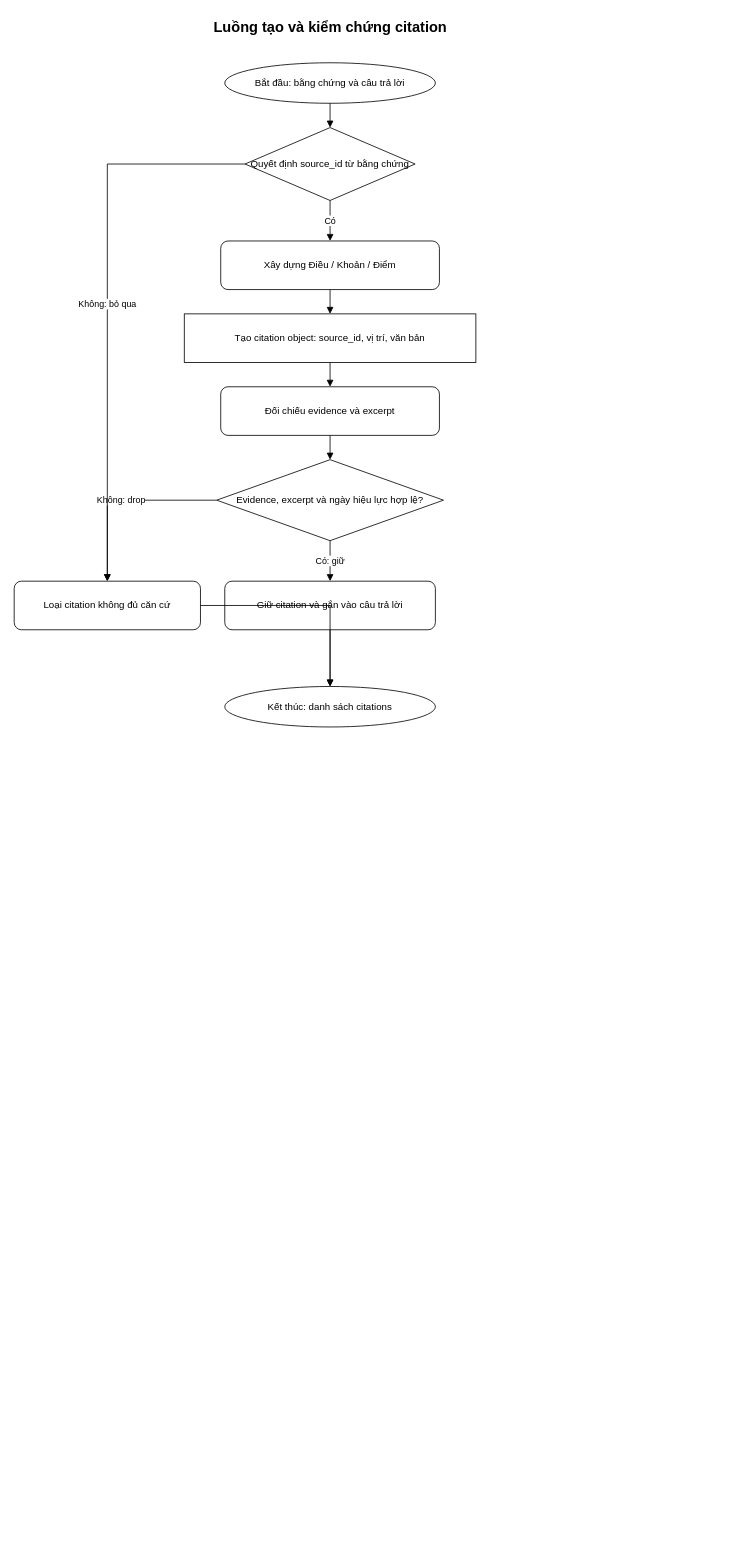
Before: docs/diagrams/drawio/ch3_flow_citation.drawio in PhucTruong-ctrl/vn-traffic-law-RAG, a draw.io diagram. Source tidied: cells renumbered, new cells numbered last; positions are measured from the earlier drawing's top-left corner, leaving out a move shared by most shapes. Both pictures are drawn from the tidied source at 81%, with x=0, y=0 at pixel (14, 14).
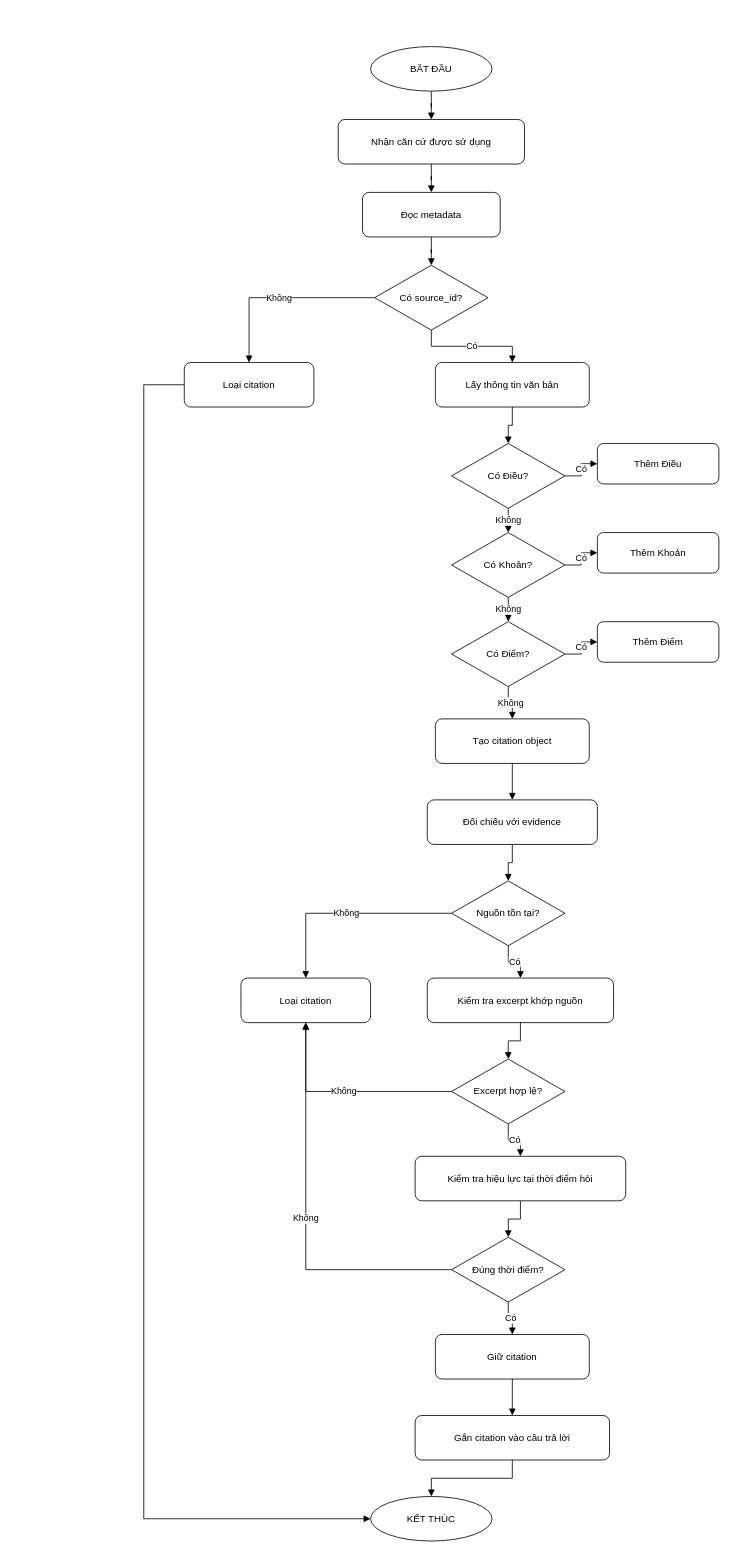
Above is the later version.

Diff of the diagram source:
```diff
@@
-    <mxCell id="2" value="Luồng tạo và kiểm chứng citation" style="text;html=1;align=center;fontSize=18;fontStyle=1;" parent="1" vertex="1">
-      <mxGeometry x="200" width="380" height="40" as="geometry" />
-    </mxCell>
-    <mxCell id="3" value="Bắt đầu: bằng chứng và câu trả lời" style="ellipse;whiteSpace=wrap;html=1;" parent="1" vertex="1">
-      <mxGeometry x="260" y="60" width="260" height="50" as="geometry" />
+    <mxCell id="3" value="BẮT ĐẦU" style="ellipse;whiteSpace=wrap;html=1;fillColor=#ffffff;strokeColor=#000000;" parent="1" vertex="1">
+      <mxGeometry x="440" y="40" width="150" height="55" as="geometry" />
     </mxCell>
-    <mxCell id="4" value="Quyết định source_id từ bằng chứng" style="rhombus;whiteSpace=wrap;html=1;" parent="1" vertex="1">
-      <mxGeometry x="285" y="140" width="210" height="90" as="geometry" />
-    </mxCell>
-    <mxCell id="5" value="Xây dựng Điều / Khoản / Điểm" style="rounded=1;whiteSpace=wrap;html=1;" parent="1" vertex="1">
-      <mxGeometry x="255" y="280" width="270" height="60" as="geometry" />
-    </mxCell>
-    <mxCell id="6" value="Tạo citation object: source_id, vị trí, văn bản" style="parallelogram;whiteSpace=wrap;html=1;" parent="1" vertex="1">
-      <mxGeometry x="210" y="370" width="360" height="60" as="geometry" />
-    </mxCell>
-    <mxCell id="7" value="Đối chiếu evidence và excerpt" style="rounded=1;whiteSpace=wrap;html=1;" parent="1" vertex="1">
-      <mxGeometry x="255" y="460" width="270" height="60" as="geometry" />
-    </mxCell>
-    <mxCell id="8" value="Evidence, excerpt và ngày hiệu lực hợp lệ?" style="rhombus;whiteSpace=wrap;html=1;" parent="1" vertex="1">
-      <mxGeometry x="250" y="550" width="280" height="100" as="geometry" />
-    </mxCell>
-    <mxCell id="9" value="Giữ citation và gắn vào câu trả lời" style="rounded=1;whiteSpace=wrap;html=1;" parent="1" vertex="1">
-      <mxGeometry x="260" y="700" width="260" height="60" as="geometry" />
-    </mxCell>
-    <mxCell id="10" value="Loại citation không đủ căn cứ" style="rounded=1;whiteSpace=wrap;html=1;" parent="1" vertex="1">
-      <mxGeometry y="700" width="230" height="60" as="geometry" />
-    </mxCell>
+    <mxCell id="22" value="Nhận căn cứ được sử dụng" style="rounded=1;whiteSpace=wrap;html=1;fillColor=#ffffff;strokeColor=#000000;" parent="1" vertex="1">
+      <mxGeometry x="400" y="130" width="230" height="55" as="geometry" />
+    </mxCell>
+    <mxCell id="23" value="Đọc metadata" style="rounded=1;whiteSpace=wrap;html=1;fillColor=#ffffff;strokeColor=#000000;" parent="1" vertex="1">
+      <mxGeometry x="430" y="220" width="170" height="55" as="geometry" />
+    </mxCell>
+    <mxCell id="24" value="Có source_id?" style="rhombus;whiteSpace=wrap;html=1;fillColor=#ffffff;strokeColor=#000000;" parent="1" vertex="1">
+      <mxGeometry x="445" y="310" width="140" height="80" as="geometry" />
+    </mxCell>
+    <mxCell id="25" value="Loại citation" style="rounded=1;whiteSpace=wrap;html=1;fillColor=#ffffff;strokeColor=#000000;" parent="1" vertex="1">
+      <mxGeometry x="210" y="430" width="160" height="55" as="geometry" />
+    </mxCell>
+    <mxCell id="26" value="Lấy thông tin văn bản" style="rounded=1;whiteSpace=wrap;html=1;fillColor=#ffffff;strokeColor=#000000;" parent="1" vertex="1">
+      <mxGeometry x="520" y="430" width="190" height="55" as="geometry" />
+    </mxCell>
+    <mxCell id="27" value="Có Điều?" style="rhombus;whiteSpace=wrap;html=1;fillColor=#ffffff;strokeColor=#000000;" parent="1" vertex="1">
+      <mxGeometry x="540" y="530" width="140" height="80" as="geometry" />
+    </mxCell>
+    <mxCell id="28" value="Thêm Điều" style="rounded=1;whiteSpace=wrap;html=1;fillColor=#ffffff;strokeColor=#000000;" parent="1" vertex="1">
+      <mxGeometry x="720" y="530" width="150" height="50" as="geometry" />
+    </mxCell>
+    <mxCell id="29" value="Có Khoản?" style="rhombus;whiteSpace=wrap;html=1;fillColor=#ffffff;strokeColor=#000000;" parent="1" vertex="1">
+      <mxGeometry x="540" y="640" width="140" height="80" as="geometry" />
+    </mxCell>
+    <mxCell id="30" value="Thêm Khoản" style="rounded=1;whiteSpace=wrap;html=1;fillColor=#ffffff;strokeColor=#000000;" parent="1" vertex="1">
+      <mxGeometry x="720" y="640" width="150" height="50" as="geometry" />
+    </mxCell>
+    <mxCell id="31" value="Có Điểm?" style="rhombus;whiteSpace=wrap;html=1;fillColor=#ffffff;strokeColor=#000000;" parent="1" vertex="1">
+      <mxGeometry x="540" y="750" width="140" height="80" as="geometry" />
+    </mxCell>
+    <mxCell id="32" value="Thêm Điểm" style="rounded=1;whiteSpace=wrap;html=1;fillColor=#ffffff;strokeColor=#000000;" parent="1" vertex="1">
+      <mxGeometry x="720" y="750" width="150" height="50" as="geometry" />
+    </mxCell>
+    <mxCell id="33" value="Tạo citation object" style="rounded=1;whiteSpace=wrap;html=1;fillColor=#ffffff;strokeColor=#000000;" parent="1" vertex="1">
+      <mxGeometry x="520" y="870" width="190" height="55" as="geometry" />
+    </mxCell>
+    <mxCell id="34" value="Đối chiếu với evidence" style="rounded=1;whiteSpace=wrap;html=1;fillColor=#ffffff;strokeColor=#000000;" parent="1" vertex="1">
+      <mxGeometry x="510" y="970" width="210" height="55" as="geometry" />
+    </mxCell>
+    <mxCell id="35" value="Nguồn tồn tại?" style="rhombus;whiteSpace=wrap;html=1;fillColor=#ffffff;strokeColor=#000000;" parent="1" vertex="1">
+      <mxGeometry x="540" y="1070" width="140" height="80" as="geometry" />
+    </mxCell>
+    <mxCell id="36" value="Loại citation" style="rounded=1;whiteSpace=wrap;html=1;fillColor=#ffffff;strokeColor=#000000;" parent="1" vertex="1">
+      <mxGeometry x="280" y="1190" width="160" height="55" as="geometry" />
+    </mxCell>
+    <mxCell id="37" value="Kiểm tra excerpt khớp nguồn" style="rounded=1;whiteSpace=wrap;html=1;fillColor=#ffffff;strokeColor=#000000;" parent="1" vertex="1">
+      <mxGeometry x="510" y="1190" width="230" height="55" as="geometry" />
+    </mxCell>
+    <mxCell id="38" value="Excerpt hợp lệ?" style="rhombus;whiteSpace=wrap;html=1;fillColor=#ffffff;strokeColor=#000000;" parent="1" vertex="1">
+      <mxGeometry x="540" y="1290" width="140" height="80" as="geometry" />
+    </mxCell>
+    <mxCell id="39" value="Kiểm tra hiệu lực tại thời điểm hỏi" style="rounded=1;whiteSpace=wrap;html=1;fillColor=#ffffff;strokeColor=#000000;" parent="1" vertex="1">
+      <mxGeometry x="495" y="1410" width="260" height="55" as="geometry" />
+    </mxCell>
+    <mxCell id="40" value="Đúng thời điểm?" style="rhombus;whiteSpace=wrap;html=1;fillColor=#ffffff;strokeColor=#000000;" parent="1" vertex="1">
+      <mxGeometry x="540" y="1510" width="140" height="80" as="geometry" />
+    </mxCell>
+    <mxCell id="41" value="Giữ citation" style="rounded=1;whiteSpace=wrap;html=1;fillColor=#ffffff;strokeColor=#000000;" parent="1" vertex="1">
+      <mxGeometry x="520" y="1630" width="190" height="55" as="geometry" />
+    </mxCell>
+    <mxCell id="42" value="Gắn citation vào câu trả lời" style="rounded=1;whiteSpace=wrap;html=1;fillColor=#ffffff;strokeColor=#000000;" parent="1" vertex="1">
+      <mxGeometry x="495" y="1730" width="240" height="55" as="geometry" />
+    </mxCell>
-    <mxCell id="11" value="Kết thúc: danh sách citations" style="ellipse;whiteSpace=wrap;html=1;" parent="1" vertex="1">
-      <mxGeometry x="260" y="830" width="260" height="50" as="geometry" />
+    <mxCell id="11" value="KẾT THÚC" style="ellipse;whiteSpace=wrap;html=1;fillColor=#ffffff;strokeColor=#000000;" parent="1" vertex="1">
+      <mxGeometry x="440" y="1830" width="150" height="55" as="geometry" />
     </mxCell>
-    <mxCell id="12" style="edgeStyle=orthogonalEdgeStyle;rounded=0;html=1;endArrow=block;" parent="1" edge="1" source="3" target="4">
+    <mxCell id="12" style="edgeStyle=orthogonalEdgeStyle;rounded=0;jettySize=auto;html=1;endArrow=block;endFill=1;" parent="1" edge="1" source="3" target="22">
       <mxGeometry relative="1" as="geometry" />
     </mxCell>
-    <mxCell id="13" value="Có" style="edgeStyle=orthogonalEdgeStyle;rounded=0;html=1;endArrow=block;" parent="1" edge="1" source="4" target="5">
+    <mxCell id="13" style="edgeStyle=orthogonalEdgeStyle;rounded=0;jettySize=auto;html=1;endArrow=block;endFill=1;" parent="1" edge="1" source="22" target="23">
       <mxGeometry relative="1" as="geometry" />
     </mxCell>
-    <mxCell id="14" style="edgeStyle=orthogonalEdgeStyle;rounded=0;html=1;endArrow=block;" parent="1" edge="1" source="5" target="6">
+    <mxCell id="14" style="edgeStyle=orthogonalEdgeStyle;rounded=0;jettySize=auto;html=1;endArrow=block;endFill=1;" parent="1" edge="1" source="23" target="24">
       <mxGeometry relative="1" as="geometry" />
     </mxCell>
-    <mxCell id="15" style="edgeStyle=orthogonalEdgeStyle;rounded=0;html=1;endArrow=block;" parent="1" edge="1" source="6" target="7">
+    <mxCell id="15" value="Không" style="edgeStyle=orthogonalEdgeStyle;rounded=0;jettySize=auto;html=1;endArrow=block;endFill=1;" parent="1" edge="1" source="24" target="25">
       <mxGeometry relative="1" as="geometry" />
     </mxCell>
-    <mxCell id="16" style="edgeStyle=orthogonalEdgeStyle;rounded=0;html=1;endArrow=block;" parent="1" edge="1" source="7" target="8">
+    <mxCell id="16" value="Có" style="edgeStyle=orthogonalEdgeStyle;rounded=0;jettySize=auto;html=1;endArrow=block;endFill=1;" parent="1" edge="1" source="24" target="26">
       <mxGeometry relative="1" as="geometry" />
     </mxCell>
-    <mxCell id="17" value="Có: giữ" style="edgeStyle=orthogonalEdgeStyle;rounded=0;html=1;endArrow=block;" parent="1" edge="1" source="8" target="9">
+    <mxCell id="17" style="edgeStyle=orthogonalEdgeStyle;rounded=0;jettySize=auto;html=1;endArrow=block;endFill=1;" parent="1" edge="1" source="26" target="27">
       <mxGeometry relative="1" as="geometry" />
     </mxCell>
-    <mxCell id="18" value="Không: drop" style="edgeStyle=orthogonalEdgeStyle;rounded=0;html=1;endArrow=block;" parent="1" edge="1" source="8" target="10">
+    <mxCell id="18" value="Có" style="edgeStyle=orthogonalEdgeStyle;rounded=0;jettySize=auto;html=1;endArrow=block;endFill=1;" parent="1" edge="1" source="27" target="28">
       <mxGeometry relative="1" as="geometry" />
     </mxCell>
-    <mxCell id="19" style="edgeStyle=orthogonalEdgeStyle;rounded=0;html=1;endArrow=block;" parent="1" edge="1" source="9" target="11">
+    <mxCell id="19" value="Không" style="edgeStyle=orthogonalEdgeStyle;rounded=0;jettySize=auto;html=1;endArrow=block;endFill=1;" parent="1" edge="1" source="27" target="29">
       <mxGeometry relative="1" as="geometry" />
     </mxCell>
-    <mxCell id="20" style="edgeStyle=orthogonalEdgeStyle;rounded=0;html=1;endArrow=block;" parent="1" edge="1" source="10" target="11">
-      <mxGeometry relative="1" as="geometry" />
-    </mxCell>
-    <mxCell id="21" value="Không: bỏ qua" style="edgeStyle=orthogonalEdgeStyle;rounded=0;html=1;endArrow=block;" parent="1" edge="1" source="4" target="10">
+    <mxCell id="21" value="Có" style="edgeStyle=orthogonalEdgeStyle;rounded=0;jettySize=auto;html=1;endArrow=block;endFill=1;" parent="1" edge="1" source="29" target="30">
       <mxGeometry relative="1" as="geometry" />
     </mxCell>
+    <mxCell id="43" value="Không" style="edgeStyle=orthogonalEdgeStyle;rounded=0;jettySize=auto;html=1;endArrow=block;endFill=1;" parent="1" edge="1" source="29" target="31">
+      <mxGeometry relative="1" as="geometry" />
+    </mxCell>
+    <mxCell id="44" value="Có" style="edgeStyle=orthogonalEdgeStyle;rounded=0;jettySize=auto;html=1;endArrow=block;endFill=1;" parent="1" edge="1" source="31" target="32">
+      <mxGeometry relative="1" as="geometry" />
+    </mxCell>
+    <mxCell id="45" value="Không" style="edgeStyle=orthogonalEdgeStyle;rounded=0;jettySize=auto;html=1;endArrow=block;endFill=1;" parent="1" edge="1" source="31" target="33">
+      <mxGeometry relative="1" as="geometry" />
+    </mxCell>
+    <mxCell id="46" style="edgeStyle=orthogonalEdgeStyle;rounded=0;jettySize=auto;html=1;endArrow=block;endFill=1;" parent="1" edge="1" source="33" target="34">
+      <mxGeometry relative="1" as="geometry" />
+    </mxCell>
+    <mxCell id="47" style="edgeStyle=orthogonalEdgeStyle;rounded=0;jettySize=auto;html=1;endArrow=block;endFill=1;" parent="1" edge="1" source="34" target="35">
+      <mxGeometry relative="1" as="geometry" />
+    </mxCell>
+    <mxCell id="48" value="Không" style="edgeStyle=orthogonalEdgeStyle;rounded=0;jettySize=auto;html=1;endArrow=block;endFill=1;" parent="1" edge="1" source="35" target="36">
+      <mxGeometry relative="1" as="geometry" />
+    </mxCell>
+    <mxCell id="49" value="Có" style="edgeStyle=orthogonalEdgeStyle;rounded=0;jettySize=auto;html=1;endArrow=block;endFill=1;" parent="1" edge="1" source="35" target="37">
+      <mxGeometry relative="1" as="geometry" />
+    </mxCell>
+    <mxCell id="50" style="edgeStyle=orthogonalEdgeStyle;rounded=0;jettySize=auto;html=1;endArrow=block;endFill=1;" parent="1" edge="1" source="37" target="38">
+      <mxGeometry relative="1" as="geometry" />
+    </mxCell>
+    <mxCell id="51" value="Không" style="edgeStyle=orthogonalEdgeStyle;rounded=0;jettySize=auto;html=1;endArrow=block;endFill=1;" parent="1" edge="1" source="38" target="36">
+      <mxGeometry relative="1" as="geometry" />
+    </mxCell>
+    <mxCell id="52" value="Có" style="edgeStyle=orthogonalEdgeStyle;rounded=0;jettySize=auto;html=1;endArrow=block;endFill=1;" parent="1" edge="1" source="38" target="39">
+      <mxGeometry relative="1" as="geometry" />
+    </mxCell>
+    <mxCell id="53" style="edgeStyle=orthogonalEdgeStyle;rounded=0;jettySize=auto;html=1;endArrow=block;endFill=1;" parent="1" edge="1" source="39" target="40">
+      <mxGeometry relative="1" as="geometry" />
+    </mxCell>
+    <mxCell id="54" value="Không" style="edgeStyle=orthogonalEdgeStyle;rounded=0;jettySize=auto;html=1;endArrow=block;endFill=1;" parent="1" edge="1" source="40" target="36">
+      <mxGeometry relative="1" as="geometry" />
+    </mxCell>
+    <mxCell id="55" value="Có" style="edgeStyle=orthogonalEdgeStyle;rounded=0;jettySize=auto;html=1;endArrow=block;endFill=1;" parent="1" edge="1" source="40" target="41">
+      <mxGeometry relative="1" as="geometry" />
+    </mxCell>
+    <mxCell id="56" style="edgeStyle=orthogonalEdgeStyle;rounded=0;jettySize=auto;html=1;endArrow=block;endFill=1;" parent="1" edge="1" source="41" target="42">
+      <mxGeometry relative="1" as="geometry" />
+    </mxCell>
+    <mxCell id="57" style="edgeStyle=orthogonalEdgeStyle;rounded=0;jettySize=auto;html=1;endArrow=block;endFill=1;" parent="1" edge="1" source="42" target="11">
+      <mxGeometry relative="1" as="geometry" />
+    </mxCell>
+    <mxCell id="58" style="edgeStyle=orthogonalEdgeStyle;rounded=0;jettySize=auto;html=1;endArrow=block;endFill=1;" parent="1" edge="1" source="25" target="11">
+      <mxGeometry relative="1" as="geometry">
+        <Array as="points">
+          <mxPoint x="160" y="457.5" />
+          <mxPoint x="160" y="1857.5" />
+        </Array>
+      </mxGeometry>
+    </mxCell>
```
